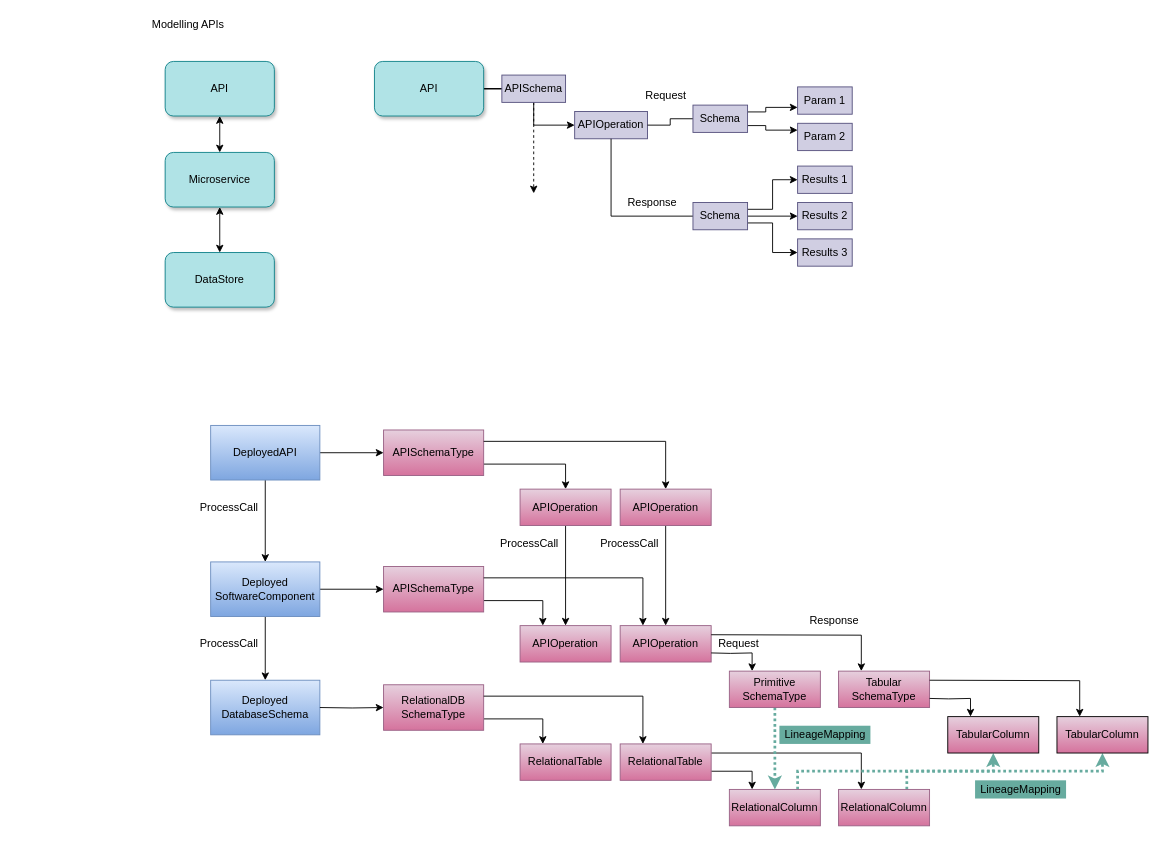
The draw.io diagram page "api-calls" (7 of 12) of open-metadata-publication/website/modelling-technology/modelling-technology.drawio in odpi/egeria, before the edit. Source tidied: cells renumbered, new cells numbered last; positions are measured from the earlier drawing's top-left corner, leaving out a move shared by most shapes. Both pictures are drawn from the tidied source at 91%, with x=0, y=0 at pixel (147, 15).
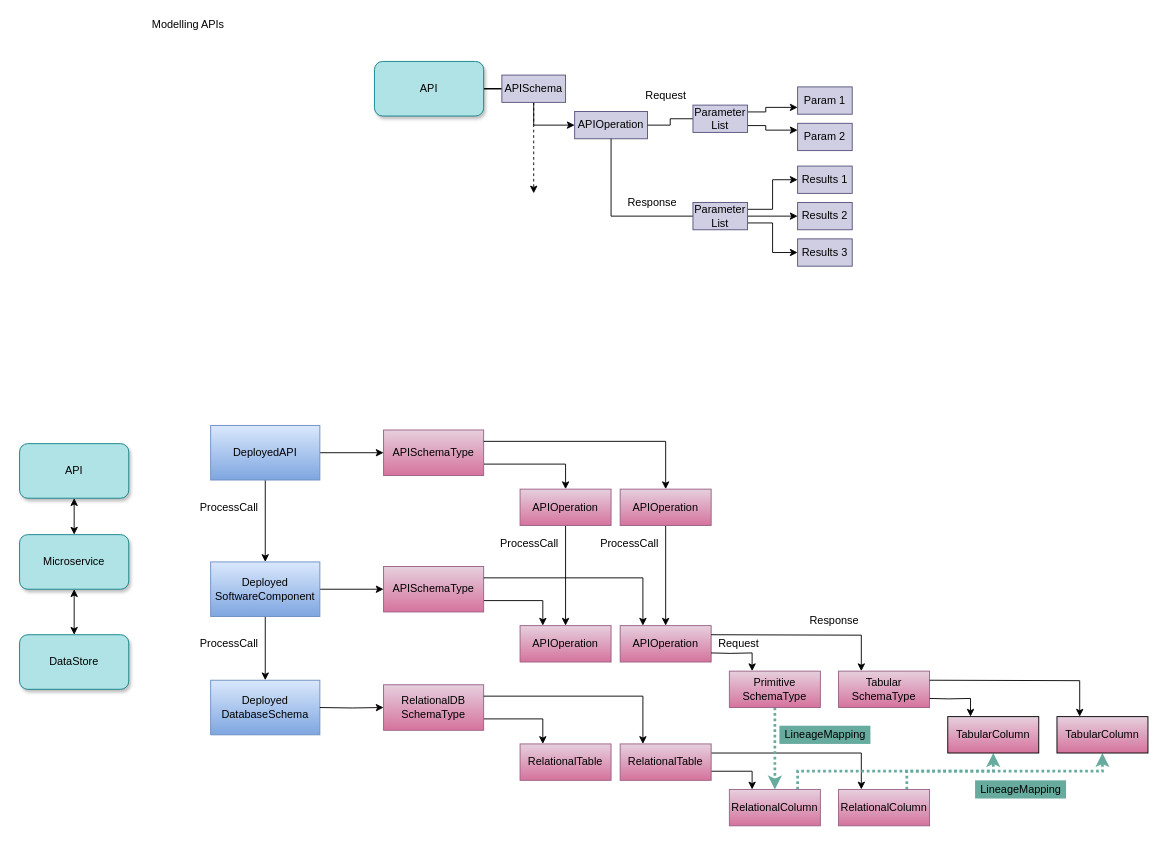
After the change.

What changed in the source:
```diff
@@
     <mxCell id="51" value="API" style="rounded=1;whiteSpace=wrap;html=1;fillColor=#b0e3e6;strokeColor=#0e8088;shadow=1;" parent="1" vertex="1">
-      <mxGeometry x="20" y="50" width="120" height="60" as="geometry" />
+      <mxGeometry x="-140" y="470" width="120" height="60" as="geometry" />
     </mxCell>
@@
     <mxCell id="53" value="Microservice" style="rounded=1;whiteSpace=wrap;html=1;fillColor=#b0e3e6;strokeColor=#0e8088;shadow=1;" parent="1" vertex="1">
-      <mxGeometry x="20" y="150" width="120" height="60" as="geometry" />
+      <mxGeometry x="-140" y="570" width="120" height="60" as="geometry" />
     </mxCell>
     <mxCell id="54" value="DataStore" style="rounded=1;whiteSpace=wrap;html=1;fillColor=#b0e3e6;strokeColor=#0e8088;shadow=1;" parent="1" vertex="1">
-      <mxGeometry x="20" y="260" width="120" height="60" as="geometry" />
+      <mxGeometry x="-140" y="680" width="120" height="60" as="geometry" />
     </mxCell>
@@
-    <mxCell id="64" value="Schema" style="rounded=0;whiteSpace=wrap;html=1;fillColor=#d0cee2;strokeColor=#56517e;" parent="1" vertex="1">
+    <mxCell id="64" value="Parameter&lt;br&gt;List" style="rounded=0;whiteSpace=wrap;html=1;fillColor=#d0cee2;strokeColor=#56517e;" parent="1" vertex="1">
       <mxGeometry x="600" y="98" width="60" height="30" as="geometry" />
     </mxCell>
@@
-    <mxCell id="73" value="Schema" style="rounded=0;whiteSpace=wrap;html=1;fillColor=#d0cee2;strokeColor=#56517e;" parent="1" vertex="1">
+    <mxCell id="73" value="Parameter&lt;br&gt;List" style="rounded=0;whiteSpace=wrap;html=1;fillColor=#d0cee2;strokeColor=#56517e;" parent="1" vertex="1">
       <mxGeometry x="600" y="205" width="60" height="30" as="geometry" />
     </mxCell>
```
